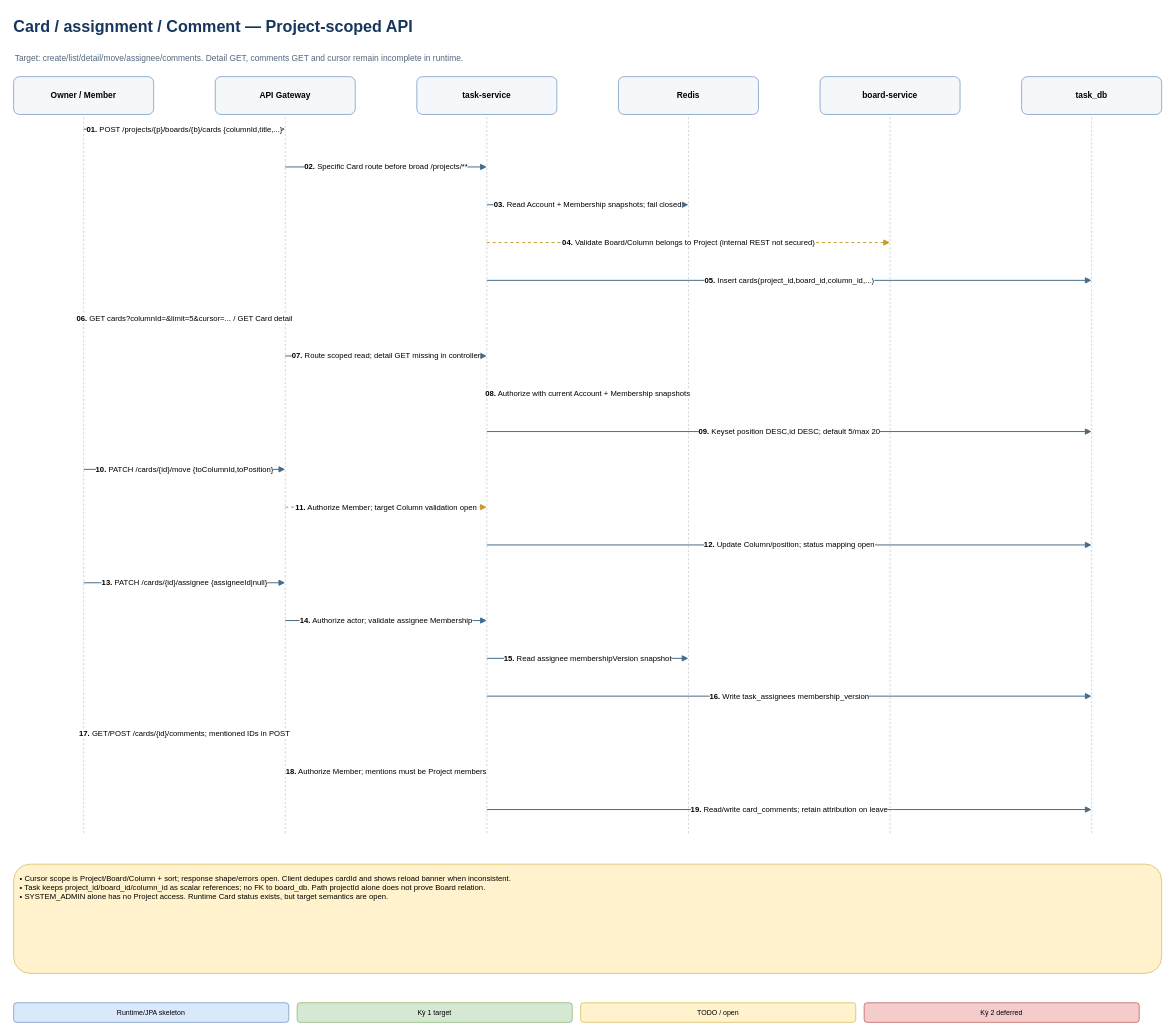
gekok/Dev-Platform keeps this draw.io diagram as page "09 - Card assignment comments and cursor" (10 of 17) of docs/project/dev-platform-system-design.drawio. Above is the earlier version. Source tidied: cells renumbered, new cells numbered last; positions are measured from the earlier drawing's top-left corner, leaving out a move shared by most shapes. Both pictures are drawn from the tidied source at 70%, with x=0, y=0 at pixel (12, 12).
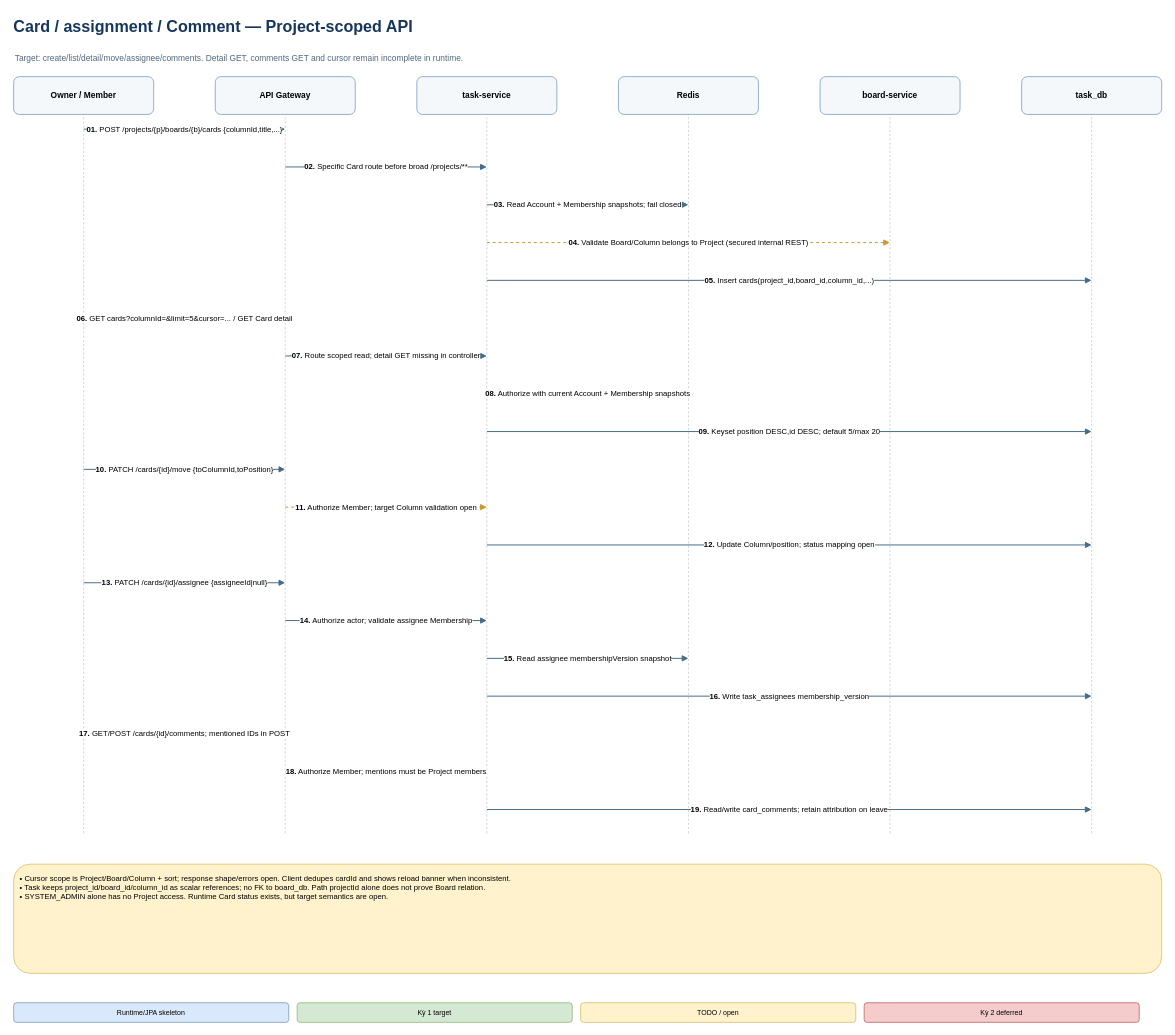
Above is the later version.

The edit, as a diff of the source:
```diff
@@
-    <mxCell id="11" value="&lt;b&gt;04.&lt;/b&gt; Validate Board/Column belongs to Project (internal REST not secured)" style="edgeStyle=none;html=1;rounded=0;strokeColor=#c89b2c;strokeWidth=1.4;dashed=1;endArrow=block;endFill=1;fontSize=11;labelBackgroundColor=#ffffff;align=center;verticalAlign=middle;" parent="1" edge="1">
+    <mxCell id="11" value="&lt;b&gt;04.&lt;/b&gt; Validate Board/Column belongs to Project (secured internal REST)" style="edgeStyle=none;html=1;rounded=0;strokeColor=#c89b2c;strokeWidth=1.4;dashed=1;endArrow=block;endFill=1;fontSize=11;labelBackgroundColor=#ffffff;align=center;verticalAlign=middle;" parent="1" edge="1">
       <mxGeometry relative="1" as="geometry">
         <mxPoint x="678" y="329" as="sourcePoint" />
         <mxPoint x="1254" y="329" as="targetPoint" />
       </mxGeometry>
     </mxCell>
```
